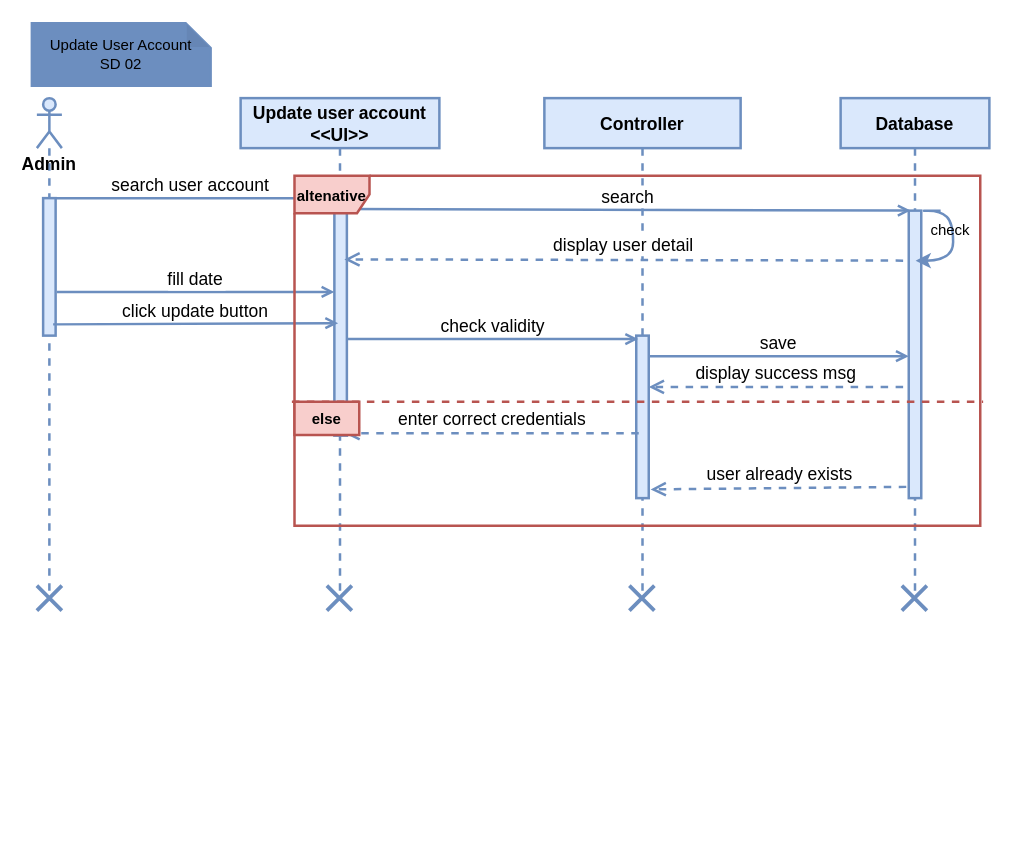
fasil712/UML_Diagram_Design keeps this draw.io diagram as page "Update user account SD" (2 of 6) of Sequence Diagram.drawio. Above is the earlier version. Source tidied: cells renumbered, new cells numbered last; positions are measured from the earlier drawing's top-left corner, leaving out a move shared by most shapes. Both pictures are drawn from the tidied source at 125%, with x=0, y=0 at pixel (31, 22).
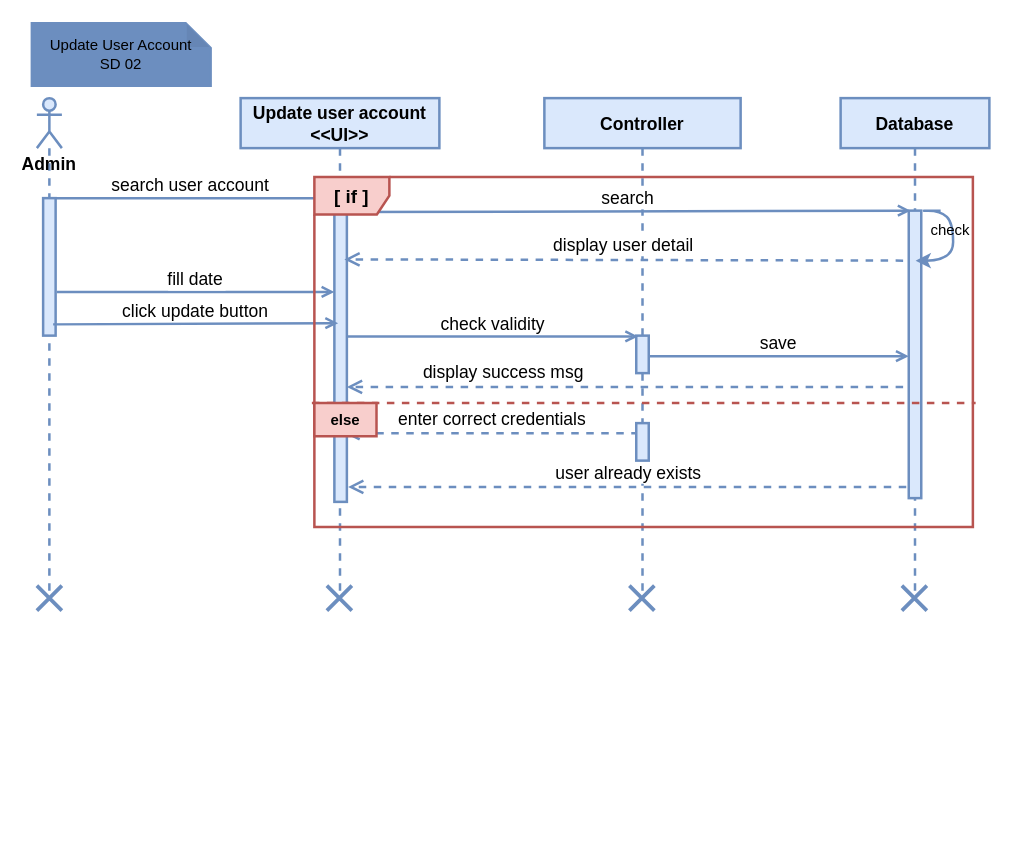
After the change.

Unchanged cells that the change refers to:
```xml
<mxCell id="2" style="group;" parent="1" vertex="1">
  <mxGeometry width="767" height="640" as="geometry" />
</mxCell>
<mxCell id="3" value="Update user account&#10;&lt;&lt;UI&gt;&gt;" style="shape=umlLifeline;perimeter=lifelinePerimeter;rounded=0;shadow=0;strokeWidth=2;fillColor=#dae8fc;strokeColor=#6c8ebf;fontSize=14;align=center;fontStyle=1;" parent="2" vertex="1">
  <mxGeometry x="167" y="60" width="159" height="400" as="geometry" />
</mxCell>
<mxCell id="5" value="Controller" style="shape=umlLifeline;perimeter=lifelinePerimeter;rounded=0;shadow=0;strokeWidth=2;fillColor=#dae8fc;strokeColor=#6c8ebf;fontSize=14;fontStyle=1;" parent="2" vertex="1">
  <mxGeometry x="410" y="60" width="157" height="400" as="geometry" />
</mxCell>
<mxCell id="11" value="&lt;font style=&quot;font-size: 14px;&quot;&gt;&lt;b&gt;Database&lt;/b&gt;&lt;/font&gt;" style="shape=umlLifeline;perimeter=lifelinePerimeter;whiteSpace=wrap;html=1;fillColor=#dae8fc;strokeColor=#6c8ebf;fontSize=16;strokeWidth=2;" parent="2" vertex="1">
  <mxGeometry x="647" y="60" width="119" height="400" as="geometry" />
</mxCell>
```

Change to the diagram source:
```diff
@@
     <mxCell id="4" style="html=1;points=[];perimeter=orthogonalPerimeter;fillColor=#dae8fc;strokeColor=#6c8ebf;fontSize=16;strokeWidth=2;" parent="3" vertex="1">
-      <mxGeometry x="75" y="80" width="10" height="190" as="geometry" />
+      <mxGeometry x="75" y="80" width="10" height="243" as="geometry" />
     </mxCell>
@@
     <mxCell id="6" style="points=[];perimeter=orthogonalPerimeter;rounded=0;shadow=0;strokeWidth=2;fillColor=#dae8fc;strokeColor=#6c8ebf;fontSize=16;" parent="5" vertex="1">
-      <mxGeometry x="73.5" y="190" width="10" height="130" as="geometry" />
+      <mxGeometry x="73.5" y="190" width="10" height="30" as="geometry" />
     </mxCell>
@@
     <mxCell id="12" value="user already exists" style="html=1;verticalAlign=bottom;endArrow=open;dashed=1;endSize=8;rounded=0;fontSize=14;fontColor=#000000;strokeColor=#6C8EBF;strokeWidth=2;exitX=-0.2;exitY=0.475;exitDx=0;exitDy=0;exitPerimeter=0;" parent="11" edge="1">
       <mxGeometry relative="1" as="geometry">
         <mxPoint x="52.5" y="311" as="sourcePoint" />
-        <mxPoint x="-152" y="313" as="targetPoint" />
+        <mxPoint x="-394" y="311" as="targetPoint" />
       </mxGeometry>
     </mxCell>
@@
-    <mxCell id="16" value="&lt;div&gt;&lt;font style=&quot;font-size: 14px;&quot;&gt;display success msg&lt;/font&gt;&lt;/div&gt;" style="html=1;verticalAlign=bottom;endArrow=open;dashed=1;endSize=8;rounded=0;fontSize=14;fontColor=#000000;strokeColor=#6C8EBF;strokeWidth=2;" parent="2" edge="1">
-      <mxGeometry relative="1" as="geometry">
+    <mxCell id="16" value="&lt;div&gt;&lt;font style=&quot;font-size: 14px;&quot;&gt;display success msg&lt;/font&gt;&lt;/div&gt;" style="html=1;verticalAlign=bottom;endArrow=open;dashed=1;endSize=8;rounded=0;fontSize=14;fontColor=#000000;strokeColor=#6C8EBF;strokeWidth=2;" parent="2" edge="1" target="4">
+      <mxGeometry x="0.44" y="-1" relative="1" as="geometry">
         <mxPoint x="697" y="291" as="sourcePoint" />
-        <mxPoint x="493.5" y="291" as="targetPoint" />
       </mxGeometry>
     </mxCell>
@@
     <mxCell id="29" style="group;" parent="2" vertex="1">
-      <mxGeometry x="208" y="122" width="553" height="280" as="geometry" />
+      <mxGeometry x="224" y="123" width="531" height="280" as="geometry" />
     </mxCell>
-    <mxCell id="30" value="&lt;b&gt;&lt;font style=&quot;font-size: 12px;&quot;&gt;altenative&lt;/font&gt;&lt;/b&gt;" style="shape=umlFrame;whiteSpace=wrap;html=1;fillColor=#f8cecc;strokeColor=#b85450;fontSize=16;strokeWidth=2;" parent="29" vertex="1">
-      <mxGeometry x="2.1" width="548.6" height="280" as="geometry" />
+    <mxCell id="30" value="&lt;font style=&quot;font-size: 15px;&quot;&gt;&lt;b&gt;[ if ]&lt;/b&gt;&lt;/font&gt;" style="shape=umlFrame;whiteSpace=wrap;html=1;fillColor=#f8cecc;strokeColor=#b85450;fontSize=16;strokeWidth=2;" parent="29" vertex="1">
+      <mxGeometry x="2" width="526.8" height="280" as="geometry" />
     </mxCell>
     <mxCell id="31" style="endArrow=none;dashed=1;html=1;rounded=0;strokeWidth=2;strokeColor=#b85450;fillColor=#f8cecc;entryX=1.006;entryY=0.55;entryDx=0;entryDy=0;entryPerimeter=0;exitX=-0.002;exitY=0.55;exitDx=0;exitDy=0;exitPerimeter=0;" parent="29" edge="1">
       <mxGeometry relative="1" as="geometry">
         <mxPoint y="180.9" as="sourcePoint" />
-        <mxPoint x="553" y="180.9" as="targetPoint" />
+        <mxPoint x="531" y="180.9" as="targetPoint" />
       </mxGeometry>
     </mxCell>
-    <mxCell id="32" value="&lt;font style=&quot;font-size: 12px;&quot;&gt;&lt;b&gt;else&lt;/b&gt;&lt;/font&gt;" style="text;html=1;strokeColor=#b85450;fillColor=#f8cecc;align=center;verticalAlign=middle;whiteSpace=wrap;rounded=0;fontSize=14;strokeWidth=2;" parent="29" vertex="1">
-      <mxGeometry x="2.1" y="180.9" width="51.8" height="26.6" as="geometry" />
+    <mxCell id="32" value="&lt;b&gt;&lt;font style=&quot;font-size: 12px;&quot;&gt;else&lt;/font&gt;&lt;/b&gt;" style="text;html=1;strokeColor=#b85450;fillColor=#f8cecc;align=center;verticalAlign=middle;whiteSpace=wrap;rounded=0;fontSize=14;strokeWidth=2;" parent="29" vertex="1">
+      <mxGeometry x="2" y="180.9" width="49.7" height="26.6" as="geometry" />
     </mxCell>
+    <mxCell id="33" style="perimeter=orthogonalPerimeter;rounded=0;shadow=0;strokeWidth=2;fillColor=#dae8fc;strokeColor=#6c8ebf;fontSize=16;" parent="1" vertex="1">
+      <mxGeometry x="483.5" y="320" width="10" height="30" as="geometry" />
+    </mxCell>
```
